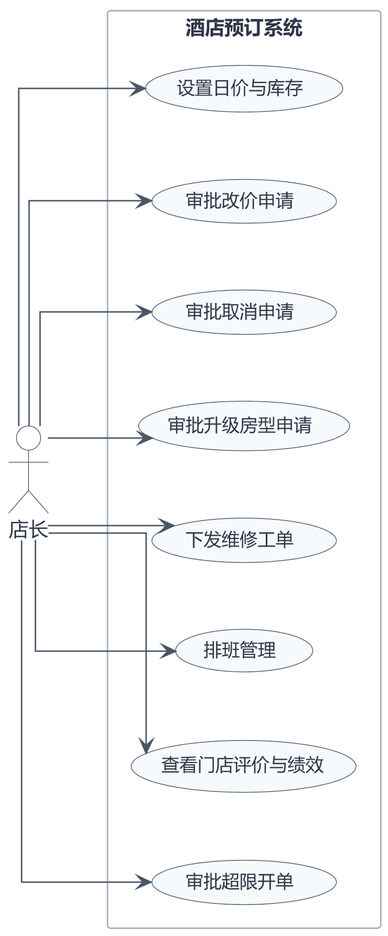
This is UML/UML用例图_店长端.png from ruzhai/software-engineering-labs, a PlantUML export, as it was before one commit.
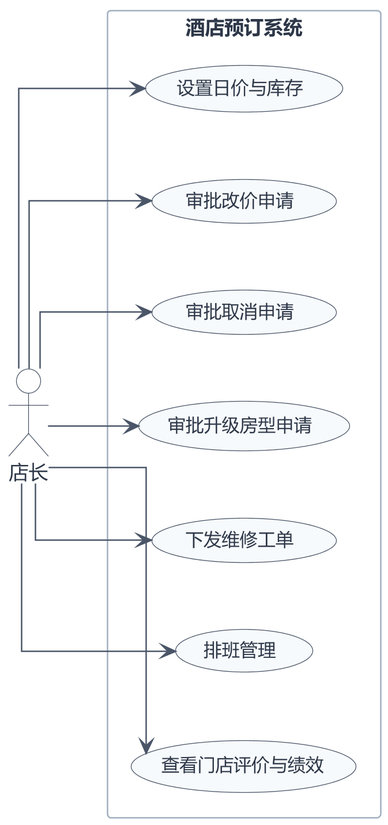
The same diagram one commit later.

Diff of the diagram source:
```diff
@@ -33,7 +33,6 @@
   usecase "下发维修工单" as UC5
   usecase "排班管理" as UC6
   usecase "查看门店评价与绩效" as UC7
-  usecase "审批超限开单" as UC8
 }
 
 S --> UC1
@@ -43,5 +42,4 @@
 S --> UC5
 S --> UC6
 S --> UC7
-S --> UC8
 @enduml
```
